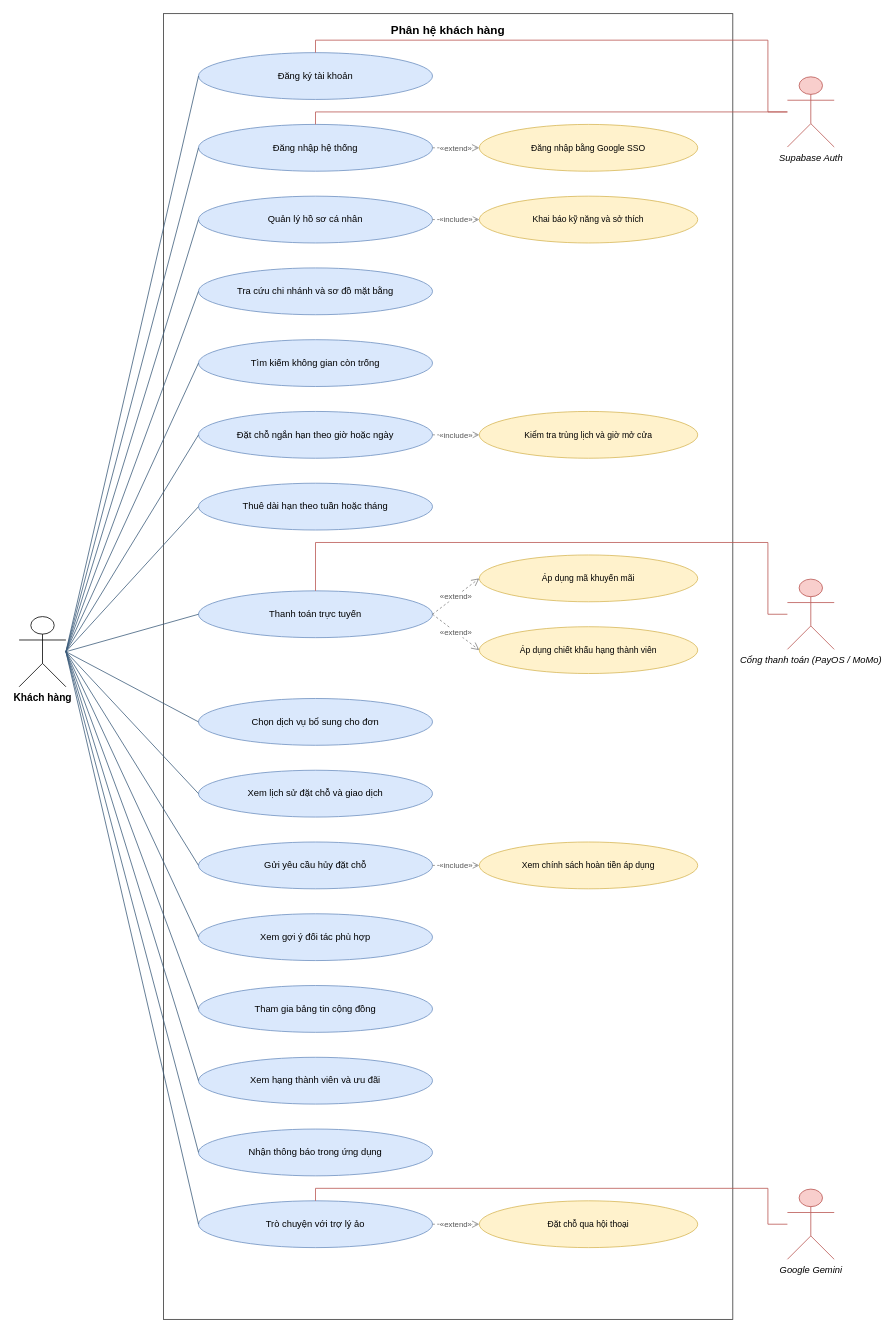
cospace-team/DATN_CoSpace keeps this draw.io diagram as page "Phân hệ khách hàng" (2 of 5) of report/Images/Chuong5/cospace-usecase.drawio. Above is the earlier version. Source tidied: cells renumbered, new cells numbered last; positions are measured from the earlier drawing's top-left corner, leaving out a move shared by most shapes. Both pictures are drawn from the tidied source at 78%, with x=0, y=0 at pixel (19, 13).
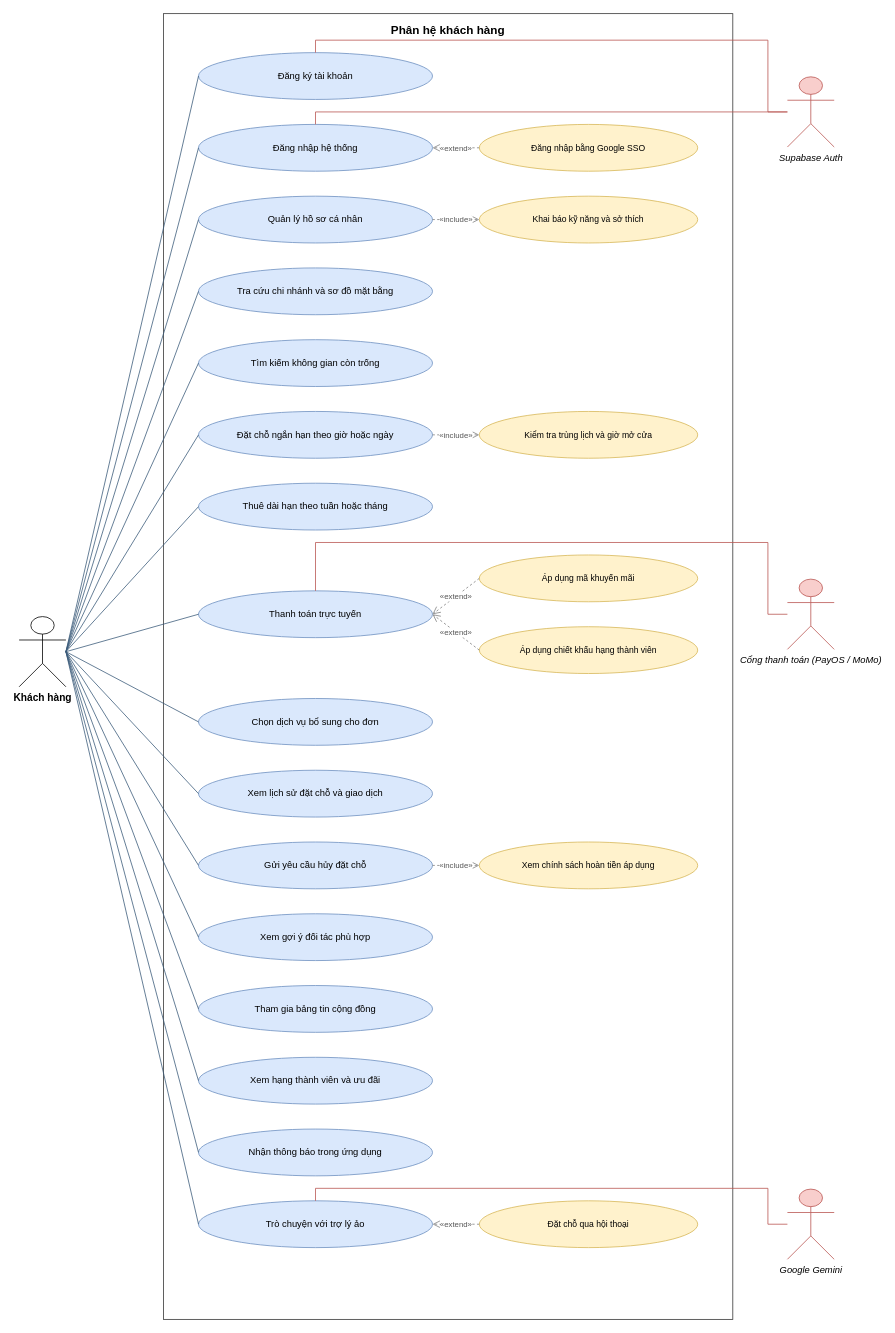
The same page after the edit.

Unchanged cells that the change refers to:
```xml
<mxCell id="4" value="Đăng nhập hệ thống" style="ellipse;whiteSpace=wrap;html=1;fontSize=12;fillColor=#dae8fc;strokeColor=#6c8ebf;" parent="1" vertex="1">
  <mxGeometry x="230" y="142" width="300" height="60" as="geometry" />
</mxCell>
<mxCell id="5" value="Đăng nhập bằng Google SSO" style="ellipse;whiteSpace=wrap;html=1;fontSize=11;fillColor=#fff2cc;strokeColor=#d6b656;dashed=0;" parent="1" vertex="1">
  <mxGeometry x="590" y="142" width="280" height="60" as="geometry" />
</mxCell>
<mxCell id="16" value="Thanh toán trực tuyến" style="ellipse;whiteSpace=wrap;html=1;fontSize=12;fillColor=#dae8fc;strokeColor=#6c8ebf;" parent="1" vertex="1">
  <mxGeometry x="230" y="740" width="300" height="60" as="geometry" />
</mxCell>
<mxCell id="17" value="Áp dụng mã khuyến mãi" style="ellipse;whiteSpace=wrap;html=1;fontSize=11;fillColor=#fff2cc;strokeColor=#d6b656;dashed=0;" parent="1" vertex="1">
  <mxGeometry x="590" y="694" width="280" height="60" as="geometry" />
</mxCell>
<mxCell id="19" value="Áp dụng chiết khấu hạng thành viên" style="ellipse;whiteSpace=wrap;html=1;fontSize=11;fillColor=#fff2cc;strokeColor=#d6b656;dashed=0;" parent="1" vertex="1">
  <mxGeometry x="590" y="786" width="280" height="60" as="geometry" />
</mxCell>
<mxCell id="30" value="Trò chuyện với trợ lý ảo" style="ellipse;whiteSpace=wrap;html=1;fontSize=12;fillColor=#dae8fc;strokeColor=#6c8ebf;" parent="1" vertex="1">
  <mxGeometry x="230" y="1522" width="300" height="60" as="geometry" />
</mxCell>
<mxCell id="31" value="Đặt chỗ qua hội thoại" style="ellipse;whiteSpace=wrap;html=1;fontSize=11;fillColor=#fff2cc;strokeColor=#d6b656;dashed=0;" parent="1" vertex="1">
  <mxGeometry x="590" y="1522" width="280" height="60" as="geometry" />
</mxCell>
```

The edit, as a diff of the source:
```diff
@@
-    <mxCell id="6" value="«extend»" style="endArrow=open;endFill=0;endSize=8;dashed=1;html=1;rounded=0;strokeColor=#7f7f7f;fontSize=10;fontColor=#555555;exitX=1;exitY=0.5;exitDx=0;exitDy=0;entryX=0;entryY=0.5;entryDx=0;entryDy=0;" parent="1" edge="1" source="4" target="5">
+    <mxCell id="6" value="«extend»" style="endArrow=open;endFill=0;endSize=8;dashed=1;html=1;rounded=0;strokeColor=#7f7f7f;fontSize=10;fontColor=#555555;exitX=0;exitY=0.5;exitDx=0;exitDy=0;entryX=1;entryY=0.5;entryDx=0;entryDy=0;" parent="1" edge="1" source="5" target="4">
       <mxGeometry relative="1" as="geometry" />
     </mxCell>
@@
-    <mxCell id="18" value="«extend»" style="endArrow=open;endFill=0;endSize=8;dashed=1;html=1;rounded=0;strokeColor=#7f7f7f;fontSize=10;fontColor=#555555;exitX=1;exitY=0.5;exitDx=0;exitDy=0;entryX=0;entryY=0.5;entryDx=0;entryDy=0;" parent="1" edge="1" source="16" target="17">
+    <mxCell id="18" value="«extend»" style="endArrow=open;endFill=0;endSize=8;dashed=1;html=1;rounded=0;strokeColor=#7f7f7f;fontSize=10;fontColor=#555555;exitX=0;exitY=0.5;exitDx=0;exitDy=0;entryX=1;entryY=0.5;entryDx=0;entryDy=0;" parent="1" edge="1" source="17" target="16">
       <mxGeometry relative="1" as="geometry" />
     </mxCell>
@@
-    <mxCell id="20" value="«extend»" style="endArrow=open;endFill=0;endSize=8;dashed=1;html=1;rounded=0;strokeColor=#7f7f7f;fontSize=10;fontColor=#555555;exitX=1;exitY=0.5;exitDx=0;exitDy=0;entryX=0;entryY=0.5;entryDx=0;entryDy=0;" parent="1" edge="1" source="16" target="19">
+    <mxCell id="20" value="«extend»" style="endArrow=open;endFill=0;endSize=8;dashed=1;html=1;rounded=0;strokeColor=#7f7f7f;fontSize=10;fontColor=#555555;exitX=0;exitY=0.5;exitDx=0;exitDy=0;entryX=1;entryY=0.5;entryDx=0;entryDy=0;" parent="1" edge="1" source="19" target="16">
       <mxGeometry relative="1" as="geometry" />
     </mxCell>
@@
-    <mxCell id="32" value="«extend»" style="endArrow=open;endFill=0;endSize=8;dashed=1;html=1;rounded=0;strokeColor=#7f7f7f;fontSize=10;fontColor=#555555;exitX=1;exitY=0.5;exitDx=0;exitDy=0;entryX=0;entryY=0.5;entryDx=0;entryDy=0;" parent="1" edge="1" source="30" target="31">
+    <mxCell id="32" value="«extend»" style="endArrow=open;endFill=0;endSize=8;dashed=1;html=1;rounded=0;strokeColor=#7f7f7f;fontSize=10;fontColor=#555555;exitX=0;exitY=0.5;exitDx=0;exitDy=0;entryX=1;entryY=0.5;entryDx=0;entryDy=0;" parent="1" edge="1" source="31" target="30">
       <mxGeometry relative="1" as="geometry" />
     </mxCell>
```
